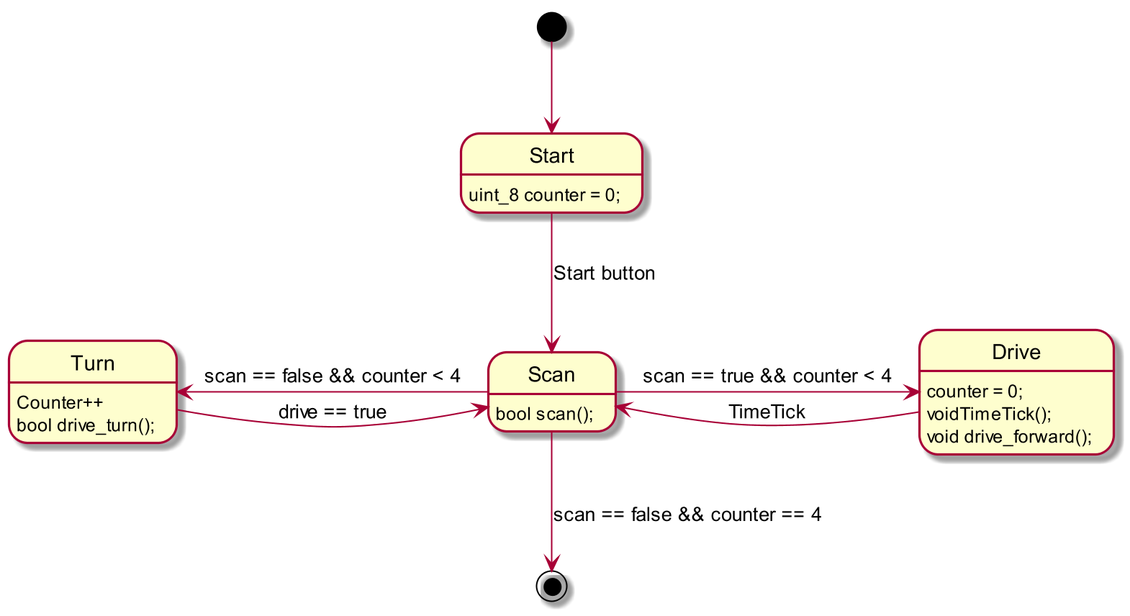
Before: Zumo_SM.png, a diagram exported from PlantUML (orje/Zumo_QM_QPnano).
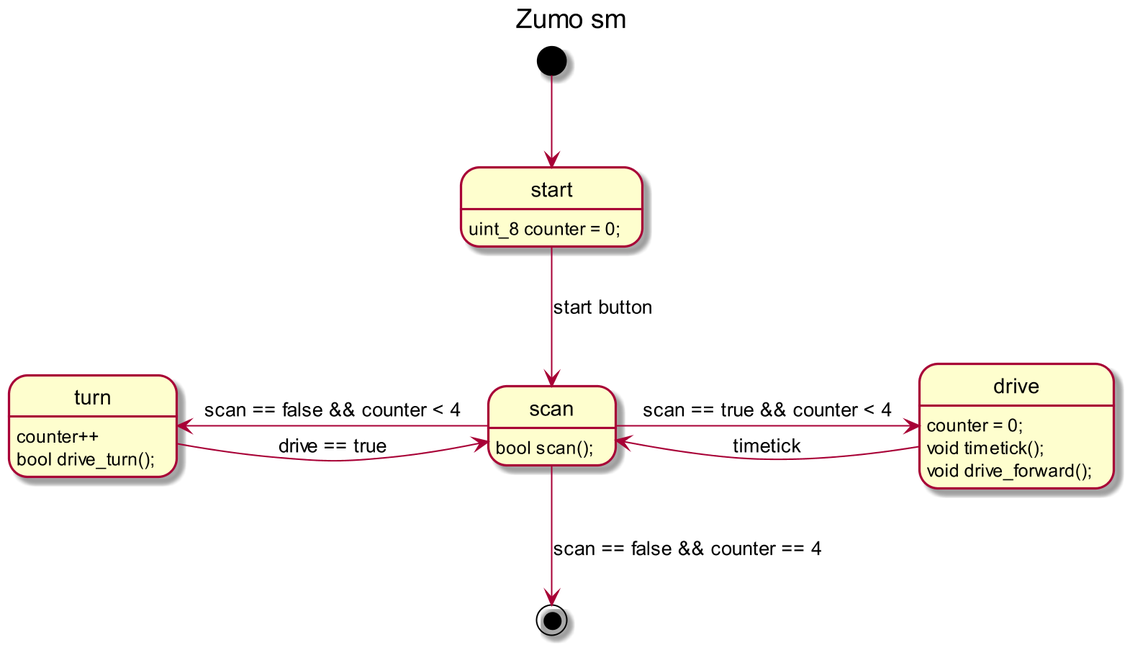
The same diagram one commit later.

Diff of the diagram source:
```diff
@@ -1,24 +1,25 @@
 @startuml
 skinparam dpi 200
 
+title Zumo sm
 
-[*] -down-> Start
+[*] -down-> start
 
-Start : uint_8 counter = 0;
-Start -down-> Scan : Start button
+start : uint_8 counter = 0;
+start -down-> scan : start button
 
-Scan: bool scan();
-Scan -right-> Drive : scan == true && counter < 4
-Scan -left-> Turn : scan == false && counter < 4
+scan: bool scan();
+scan -right-> drive : scan == true && counter < 4
+scan -left-> turn : scan == false && counter < 4
 
-Drive : counter = 0;
-Drive : voidTimeTick();
-Drive : void drive_forward();
-Drive -> Scan : TimeTick
+drive : counter = 0;
+drive : void timetick();
+drive : void drive_forward();
+drive -> scan : timetick
 
-Turn : Counter++
-Turn : bool drive_turn();
-Turn -> Scan : drive == true
-Scan -down-> [*] : scan == false && counter == 4
+turn : counter++
+turn : bool drive_turn();
+turn -> scan : drive == true
 
+scan -down-> [*] : scan == false && counter == 4
 @enduml
```
